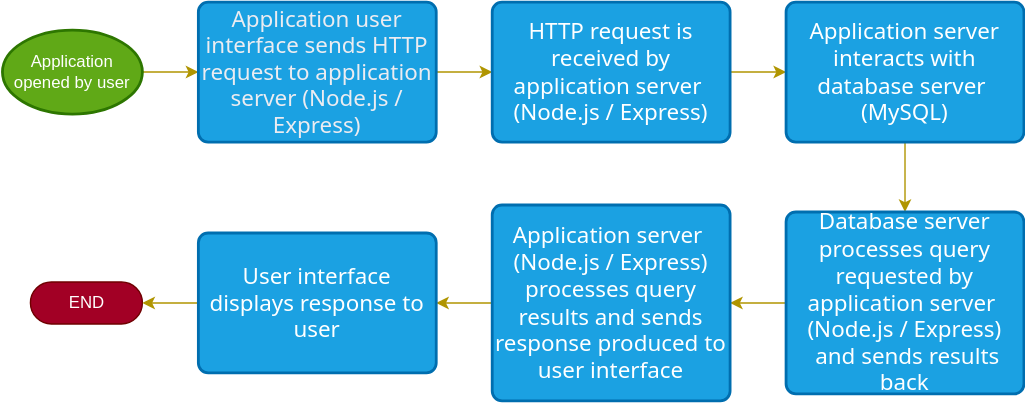
The draw.io diagram proposal/submission/sec01/Systema/flowchart.svg in drshahizan/software-engineering, before a commit. Source tidied: cells renumbered, new cells last; positions are measured from the earlier drawing's top-left corner, leaving out a move shared by most shapes.
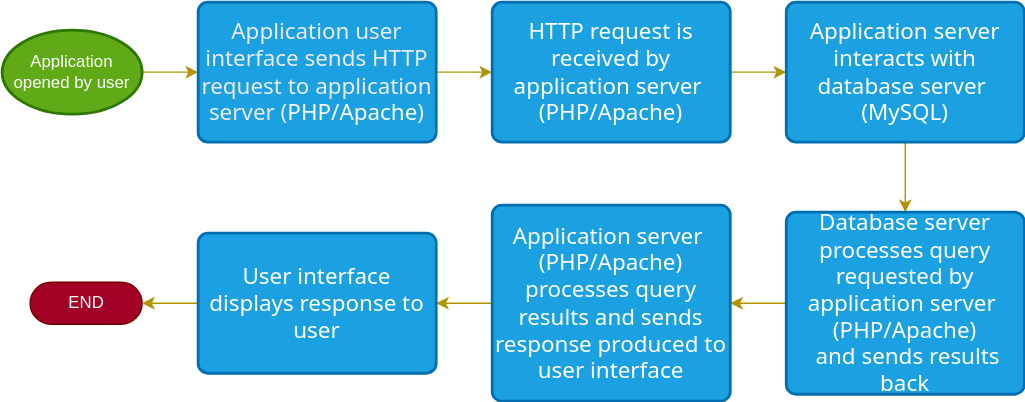
After the change.

What changed in the source:
```diff
@@ -11,13 +11,13 @@
     <mxCell id="4" style="edgeStyle=none;html=1;exitX=1;exitY=0.5;exitDx=0;exitDy=0;entryX=0;entryY=0.5;entryDx=0;entryDy=0;fillColor=#e3c800;strokeColor=#B09500;" parent="1" edge="1" source="5" target="7">
       <mxGeometry relative="1" as="geometry" />
     </mxCell>
-    <mxCell id="5" value="&lt;span style=&quot;color: rgb(236, 236, 241); font-family: Söhne, ui-sans-serif, system-ui, -apple-system, &amp;quot;Segoe UI&amp;quot;, Roboto, Ubuntu, Cantarell, &amp;quot;Noto Sans&amp;quot;, sans-serif, &amp;quot;Helvetica Neue&amp;quot;, Arial, &amp;quot;Apple Color Emoji&amp;quot;, &amp;quot;Segoe UI Emoji&amp;quot;, &amp;quot;Segoe UI Symbol&amp;quot;, &amp;quot;Noto Color Emoji&amp;quot;; font-size: 16px; text-align: start;&quot;&gt;Application user interface sends HTTP request to application server (Node.js / Express&lt;/span&gt;&lt;span style=&quot;color: rgb(236, 236, 241); font-family: Söhne, ui-sans-serif, system-ui, -apple-system, &amp;quot;Segoe UI&amp;quot;, Roboto, Ubuntu, Cantarell, &amp;quot;Noto Sans&amp;quot;, sans-serif, &amp;quot;Helvetica Neue&amp;quot;, Arial, &amp;quot;Apple Color Emoji&amp;quot;, &amp;quot;Segoe UI Emoji&amp;quot;, &amp;quot;Segoe UI Symbol&amp;quot;, &amp;quot;Noto Color Emoji&amp;quot;; font-size: 16px; text-align: start;&quot;&gt;)&lt;/span&gt;" style="rounded=1;whiteSpace=wrap;html=1;absoluteArcSize=1;arcSize=14;strokeWidth=2;fillColor=#1ba1e2;fontColor=#ffffff;strokeColor=#006EAF;" parent="1" vertex="1">
+    <mxCell id="5" value="&lt;span style=&quot;color: rgb(236, 236, 241); font-family: Söhne, ui-sans-serif, system-ui, -apple-system, &amp;quot;Segoe UI&amp;quot;, Roboto, Ubuntu, Cantarell, &amp;quot;Noto Sans&amp;quot;, sans-serif, &amp;quot;Helvetica Neue&amp;quot;, Arial, &amp;quot;Apple Color Emoji&amp;quot;, &amp;quot;Segoe UI Emoji&amp;quot;, &amp;quot;Segoe UI Symbol&amp;quot;, &amp;quot;Noto Color Emoji&amp;quot;; font-size: 16px; text-align: start;&quot;&gt;Application user interface sends HTTP request to application server (&lt;/span&gt;&lt;span style=&quot;font-family: Söhne, ui-sans-serif, system-ui, -apple-system, &amp;quot;Segoe UI&amp;quot;, Roboto, Ubuntu, Cantarell, &amp;quot;Noto Sans&amp;quot;, sans-serif, &amp;quot;Helvetica Neue&amp;quot;, Arial, &amp;quot;Apple Color Emoji&amp;quot;, &amp;quot;Segoe UI Emoji&amp;quot;, &amp;quot;Segoe UI Symbol&amp;quot;, &amp;quot;Noto Color Emoji&amp;quot;; font-size: 16px; text-align: start;&quot;&gt;PHP/Apache&lt;/span&gt;&lt;span style=&quot;color: rgb(236, 236, 241); font-family: Söhne, ui-sans-serif, system-ui, -apple-system, &amp;quot;Segoe UI&amp;quot;, Roboto, Ubuntu, Cantarell, &amp;quot;Noto Sans&amp;quot;, sans-serif, &amp;quot;Helvetica Neue&amp;quot;, Arial, &amp;quot;Apple Color Emoji&amp;quot;, &amp;quot;Segoe UI Emoji&amp;quot;, &amp;quot;Segoe UI Symbol&amp;quot;, &amp;quot;Noto Color Emoji&amp;quot;; font-size: 16px; text-align: start;&quot;&gt;)&lt;/span&gt;" style="rounded=1;whiteSpace=wrap;html=1;absoluteArcSize=1;arcSize=14;strokeWidth=2;fillColor=#1ba1e2;fontColor=#ffffff;strokeColor=#006EAF;" parent="1" vertex="1">
       <mxGeometry x="140" width="170" height="100" as="geometry" />
     </mxCell>
     <mxCell id="6" style="edgeStyle=none;html=1;exitX=1;exitY=0.5;exitDx=0;exitDy=0;entryX=0;entryY=0.5;entryDx=0;entryDy=0;fillColor=#e3c800;strokeColor=#B09500;" parent="1" edge="1" source="7" target="10">
       <mxGeometry relative="1" as="geometry" />
     </mxCell>
-    <mxCell id="7" value="&lt;div style=&quot;&quot;&gt;&lt;font face=&quot;Söhne, ui-sans-serif, system-ui, -apple-system, Segoe UI, Roboto, Ubuntu, Cantarell, Noto Sans, sans-serif, Helvetica Neue, Arial, Apple Color Emoji, Segoe UI Emoji, Segoe UI Symbol, Noto Color Emoji&quot;&gt;&lt;span style=&quot;font-size: 16px;&quot;&gt;HTTP request is received by application server&amp;nbsp;&lt;/span&gt;&lt;/font&gt;&lt;/div&gt;&lt;span style=&quot;font-family: Söhne, ui-sans-serif, system-ui, -apple-system, &amp;quot;Segoe UI&amp;quot;, Roboto, Ubuntu, Cantarell, &amp;quot;Noto Sans&amp;quot;, sans-serif, &amp;quot;Helvetica Neue&amp;quot;, Arial, &amp;quot;Apple Color Emoji&amp;quot;, &amp;quot;Segoe UI Emoji&amp;quot;, &amp;quot;Segoe UI Symbol&amp;quot;, &amp;quot;Noto Color Emoji&amp;quot;; font-size: 16px; text-align: start;&quot;&gt;(Node.js / Express)&lt;/span&gt;" style="rounded=1;whiteSpace=wrap;html=1;absoluteArcSize=1;arcSize=14;strokeWidth=2;fillColor=#1ba1e2;fontColor=#ffffff;strokeColor=#006EAF;align=center;" parent="1" vertex="1">
+    <mxCell id="7" value="&lt;div style=&quot;&quot;&gt;&lt;font face=&quot;Söhne, ui-sans-serif, system-ui, -apple-system, Segoe UI, Roboto, Ubuntu, Cantarell, Noto Sans, sans-serif, Helvetica Neue, Arial, Apple Color Emoji, Segoe UI Emoji, Segoe UI Symbol, Noto Color Emoji&quot;&gt;&lt;span style=&quot;font-size: 16px;&quot;&gt;HTTP request is received by application server&amp;nbsp;&lt;/span&gt;&lt;/font&gt;&lt;/div&gt;&lt;span style=&quot;font-family: Söhne, ui-sans-serif, system-ui, -apple-system, &amp;quot;Segoe UI&amp;quot;, Roboto, Ubuntu, Cantarell, &amp;quot;Noto Sans&amp;quot;, sans-serif, &amp;quot;Helvetica Neue&amp;quot;, Arial, &amp;quot;Apple Color Emoji&amp;quot;, &amp;quot;Segoe UI Emoji&amp;quot;, &amp;quot;Segoe UI Symbol&amp;quot;, &amp;quot;Noto Color Emoji&amp;quot;; font-size: 16px; text-align: start;&quot;&gt;(PHP/Apache)&lt;/span&gt;" style="rounded=1;whiteSpace=wrap;html=1;absoluteArcSize=1;arcSize=14;strokeWidth=2;fillColor=#1ba1e2;fontColor=#ffffff;strokeColor=#006EAF;align=center;" parent="1" vertex="1">
       <mxGeometry x="350" width="170" height="100" as="geometry" />
     </mxCell>
     <mxCell id="8" value="END" style="html=1;dashed=0;whitespace=wrap;shape=mxgraph.dfd.start;fillColor=#a20025;fontColor=#ffffff;strokeColor=#6F0000;" parent="1" vertex="1">
@@ -32,13 +32,13 @@
     <mxCell id="11" style="edgeStyle=none;html=1;exitX=0;exitY=0.5;exitDx=0;exitDy=0;entryX=1;entryY=0.5;entryDx=0;entryDy=0;fillColor=#e3c800;strokeColor=#B09500;" parent="1" edge="1" source="12" target="14">
       <mxGeometry relative="1" as="geometry" />
     </mxCell>
-    <mxCell id="12" value="&lt;div style=&quot;&quot;&gt;&lt;span style=&quot;font-family: Söhne, ui-sans-serif, system-ui, -apple-system, &amp;quot;Segoe UI&amp;quot;, Roboto, Ubuntu, Cantarell, &amp;quot;Noto Sans&amp;quot;, sans-serif, &amp;quot;Helvetica Neue&amp;quot;, Arial, &amp;quot;Apple Color Emoji&amp;quot;, &amp;quot;Segoe UI Emoji&amp;quot;, &amp;quot;Segoe UI Symbol&amp;quot;, &amp;quot;Noto Color Emoji&amp;quot;; font-size: 16px; text-align: left;&quot;&gt;Database server processes query requested by application server&amp;nbsp;&lt;/span&gt;&lt;/div&gt;&lt;span style=&quot;font-family: Söhne, ui-sans-serif, system-ui, -apple-system, &amp;quot;Segoe UI&amp;quot;, Roboto, Ubuntu, Cantarell, &amp;quot;Noto Sans&amp;quot;, sans-serif, &amp;quot;Helvetica Neue&amp;quot;, Arial, &amp;quot;Apple Color Emoji&amp;quot;, &amp;quot;Segoe UI Emoji&amp;quot;, &amp;quot;Segoe UI Symbol&amp;quot;, &amp;quot;Noto Color Emoji&amp;quot;; font-size: 16px; text-align: start;&quot;&gt;(Node.js / Express)&lt;/span&gt;&lt;div style=&quot;&quot;&gt;&lt;span style=&quot;font-family: Söhne, ui-sans-serif, system-ui, -apple-system, &amp;quot;Segoe UI&amp;quot;, Roboto, Ubuntu, Cantarell, &amp;quot;Noto Sans&amp;quot;, sans-serif, &amp;quot;Helvetica Neue&amp;quot;, Arial, &amp;quot;Apple Color Emoji&amp;quot;, &amp;quot;Segoe UI Emoji&amp;quot;, &amp;quot;Segoe UI Symbol&amp;quot;, &amp;quot;Noto Color Emoji&amp;quot;; font-size: 16px; text-align: left;&quot;&gt;&amp;nbsp;and sends results back&lt;/span&gt;&lt;br&gt;&lt;/div&gt;" style="rounded=1;whiteSpace=wrap;html=1;absoluteArcSize=1;arcSize=14;strokeWidth=2;fillColor=#1ba1e2;fontColor=#ffffff;strokeColor=#006EAF;align=center;" parent="1" vertex="1">
+    <mxCell id="12" value="&lt;div style=&quot;&quot;&gt;&lt;span style=&quot;font-family: Söhne, ui-sans-serif, system-ui, -apple-system, &amp;quot;Segoe UI&amp;quot;, Roboto, Ubuntu, Cantarell, &amp;quot;Noto Sans&amp;quot;, sans-serif, &amp;quot;Helvetica Neue&amp;quot;, Arial, &amp;quot;Apple Color Emoji&amp;quot;, &amp;quot;Segoe UI Emoji&amp;quot;, &amp;quot;Segoe UI Symbol&amp;quot;, &amp;quot;Noto Color Emoji&amp;quot;; font-size: 16px; text-align: left;&quot;&gt;Database server processes query requested by application server&amp;nbsp;&lt;/span&gt;&lt;/div&gt;&lt;span style=&quot;font-family: Söhne, ui-sans-serif, system-ui, -apple-system, &amp;quot;Segoe UI&amp;quot;, Roboto, Ubuntu, Cantarell, &amp;quot;Noto Sans&amp;quot;, sans-serif, &amp;quot;Helvetica Neue&amp;quot;, Arial, &amp;quot;Apple Color Emoji&amp;quot;, &amp;quot;Segoe UI Emoji&amp;quot;, &amp;quot;Segoe UI Symbol&amp;quot;, &amp;quot;Noto Color Emoji&amp;quot;; font-size: 16px; text-align: start;&quot;&gt;(&lt;/span&gt;&lt;span style=&quot;font-family: Söhne, ui-sans-serif, system-ui, -apple-system, &amp;quot;Segoe UI&amp;quot;, Roboto, Ubuntu, Cantarell, &amp;quot;Noto Sans&amp;quot;, sans-serif, &amp;quot;Helvetica Neue&amp;quot;, Arial, &amp;quot;Apple Color Emoji&amp;quot;, &amp;quot;Segoe UI Emoji&amp;quot;, &amp;quot;Segoe UI Symbol&amp;quot;, &amp;quot;Noto Color Emoji&amp;quot;; font-size: 16px; text-align: start;&quot;&gt;PHP/Apache&lt;/span&gt;&lt;span style=&quot;font-family: Söhne, ui-sans-serif, system-ui, -apple-system, &amp;quot;Segoe UI&amp;quot;, Roboto, Ubuntu, Cantarell, &amp;quot;Noto Sans&amp;quot;, sans-serif, &amp;quot;Helvetica Neue&amp;quot;, Arial, &amp;quot;Apple Color Emoji&amp;quot;, &amp;quot;Segoe UI Emoji&amp;quot;, &amp;quot;Segoe UI Symbol&amp;quot;, &amp;quot;Noto Color Emoji&amp;quot;; font-size: 16px; text-align: start;&quot;&gt;)&lt;/span&gt;&lt;div style=&quot;&quot;&gt;&lt;span style=&quot;font-family: Söhne, ui-sans-serif, system-ui, -apple-system, &amp;quot;Segoe UI&amp;quot;, Roboto, Ubuntu, Cantarell, &amp;quot;Noto Sans&amp;quot;, sans-serif, &amp;quot;Helvetica Neue&amp;quot;, Arial, &amp;quot;Apple Color Emoji&amp;quot;, &amp;quot;Segoe UI Emoji&amp;quot;, &amp;quot;Segoe UI Symbol&amp;quot;, &amp;quot;Noto Color Emoji&amp;quot;; font-size: 16px; text-align: left;&quot;&gt;&amp;nbsp;and sends results back&lt;/span&gt;&lt;br&gt;&lt;/div&gt;" style="rounded=1;whiteSpace=wrap;html=1;absoluteArcSize=1;arcSize=14;strokeWidth=2;fillColor=#1ba1e2;fontColor=#ffffff;strokeColor=#006EAF;align=center;" parent="1" vertex="1">
       <mxGeometry x="560" y="150" width="170" height="130" as="geometry" />
     </mxCell>
     <mxCell id="13" style="edgeStyle=none;html=1;exitX=0;exitY=0.5;exitDx=0;exitDy=0;entryX=1;entryY=0.5;entryDx=0;entryDy=0;fillColor=#e3c800;strokeColor=#B09500;" parent="1" edge="1" source="14" target="16">
       <mxGeometry relative="1" as="geometry" />
     </mxCell>
-    <mxCell id="14" value="&lt;div style=&quot;&quot;&gt;&lt;span style=&quot;font-family: Söhne, ui-sans-serif, system-ui, -apple-system, &amp;quot;Segoe UI&amp;quot;, Roboto, Ubuntu, Cantarell, &amp;quot;Noto Sans&amp;quot;, sans-serif, &amp;quot;Helvetica Neue&amp;quot;, Arial, &amp;quot;Apple Color Emoji&amp;quot;, &amp;quot;Segoe UI Emoji&amp;quot;, &amp;quot;Segoe UI Symbol&amp;quot;, &amp;quot;Noto Color Emoji&amp;quot;; font-size: 16px; text-align: left;&quot;&gt;Application server&amp;nbsp;&lt;/span&gt;&lt;/div&gt;&lt;span style=&quot;font-family: Söhne, ui-sans-serif, system-ui, -apple-system, &amp;quot;Segoe UI&amp;quot;, Roboto, Ubuntu, Cantarell, &amp;quot;Noto Sans&amp;quot;, sans-serif, &amp;quot;Helvetica Neue&amp;quot;, Arial, &amp;quot;Apple Color Emoji&amp;quot;, &amp;quot;Segoe UI Emoji&amp;quot;, &amp;quot;Segoe UI Symbol&amp;quot;, &amp;quot;Noto Color Emoji&amp;quot;; font-size: 16px; text-align: start;&quot;&gt;(Node.js / Express)&lt;/span&gt;&lt;div style=&quot;&quot;&gt;&lt;span style=&quot;font-family: Söhne, ui-sans-serif, system-ui, -apple-system, &amp;quot;Segoe UI&amp;quot;, Roboto, Ubuntu, Cantarell, &amp;quot;Noto Sans&amp;quot;, sans-serif, &amp;quot;Helvetica Neue&amp;quot;, Arial, &amp;quot;Apple Color Emoji&amp;quot;, &amp;quot;Segoe UI Emoji&amp;quot;, &amp;quot;Segoe UI Symbol&amp;quot;, &amp;quot;Noto Color Emoji&amp;quot;; font-size: 16px; text-align: left;&quot;&gt;processes query results and sends response produced to user interface&lt;/span&gt;&lt;br&gt;&lt;/div&gt;" style="rounded=1;whiteSpace=wrap;html=1;absoluteArcSize=1;arcSize=14;strokeWidth=2;fillColor=#1ba1e2;fontColor=#ffffff;strokeColor=#006EAF;align=center;" parent="1" vertex="1">
+    <mxCell id="14" value="&lt;div style=&quot;&quot;&gt;&lt;span style=&quot;font-family: Söhne, ui-sans-serif, system-ui, -apple-system, &amp;quot;Segoe UI&amp;quot;, Roboto, Ubuntu, Cantarell, &amp;quot;Noto Sans&amp;quot;, sans-serif, &amp;quot;Helvetica Neue&amp;quot;, Arial, &amp;quot;Apple Color Emoji&amp;quot;, &amp;quot;Segoe UI Emoji&amp;quot;, &amp;quot;Segoe UI Symbol&amp;quot;, &amp;quot;Noto Color Emoji&amp;quot;; font-size: 16px; text-align: left;&quot;&gt;Application server&amp;nbsp;&lt;/span&gt;&lt;/div&gt;&lt;span style=&quot;font-family: Söhne, ui-sans-serif, system-ui, -apple-system, &amp;quot;Segoe UI&amp;quot;, Roboto, Ubuntu, Cantarell, &amp;quot;Noto Sans&amp;quot;, sans-serif, &amp;quot;Helvetica Neue&amp;quot;, Arial, &amp;quot;Apple Color Emoji&amp;quot;, &amp;quot;Segoe UI Emoji&amp;quot;, &amp;quot;Segoe UI Symbol&amp;quot;, &amp;quot;Noto Color Emoji&amp;quot;; font-size: 16px; text-align: start;&quot;&gt;(&lt;/span&gt;&lt;span style=&quot;font-family: Söhne, ui-sans-serif, system-ui, -apple-system, &amp;quot;Segoe UI&amp;quot;, Roboto, Ubuntu, Cantarell, &amp;quot;Noto Sans&amp;quot;, sans-serif, &amp;quot;Helvetica Neue&amp;quot;, Arial, &amp;quot;Apple Color Emoji&amp;quot;, &amp;quot;Segoe UI Emoji&amp;quot;, &amp;quot;Segoe UI Symbol&amp;quot;, &amp;quot;Noto Color Emoji&amp;quot;; font-size: 16px; text-align: start;&quot;&gt;PHP/Apache&lt;/span&gt;&lt;span style=&quot;font-family: Söhne, ui-sans-serif, system-ui, -apple-system, &amp;quot;Segoe UI&amp;quot;, Roboto, Ubuntu, Cantarell, &amp;quot;Noto Sans&amp;quot;, sans-serif, &amp;quot;Helvetica Neue&amp;quot;, Arial, &amp;quot;Apple Color Emoji&amp;quot;, &amp;quot;Segoe UI Emoji&amp;quot;, &amp;quot;Segoe UI Symbol&amp;quot;, &amp;quot;Noto Color Emoji&amp;quot;; font-size: 16px; text-align: start;&quot;&gt;)&lt;/span&gt;&lt;div style=&quot;&quot;&gt;&lt;span style=&quot;font-family: Söhne, ui-sans-serif, system-ui, -apple-system, &amp;quot;Segoe UI&amp;quot;, Roboto, Ubuntu, Cantarell, &amp;quot;Noto Sans&amp;quot;, sans-serif, &amp;quot;Helvetica Neue&amp;quot;, Arial, &amp;quot;Apple Color Emoji&amp;quot;, &amp;quot;Segoe UI Emoji&amp;quot;, &amp;quot;Segoe UI Symbol&amp;quot;, &amp;quot;Noto Color Emoji&amp;quot;; font-size: 16px; text-align: left;&quot;&gt;processes query results and sends response produced to user interface&lt;/span&gt;&lt;br&gt;&lt;/div&gt;" style="rounded=1;whiteSpace=wrap;html=1;absoluteArcSize=1;arcSize=14;strokeWidth=2;fillColor=#1ba1e2;fontColor=#ffffff;strokeColor=#006EAF;align=center;" parent="1" vertex="1">
       <mxGeometry x="350" y="145" width="170" height="140" as="geometry" />
     </mxCell>
     <mxCell id="15" style="edgeStyle=none;html=1;exitX=0;exitY=0.5;exitDx=0;exitDy=0;entryX=1;entryY=0.5;entryDx=0;entryDy=0;entryPerimeter=0;fillColor=#e3c800;strokeColor=#B09500;" parent="1" edge="1" source="16" target="8">
```
